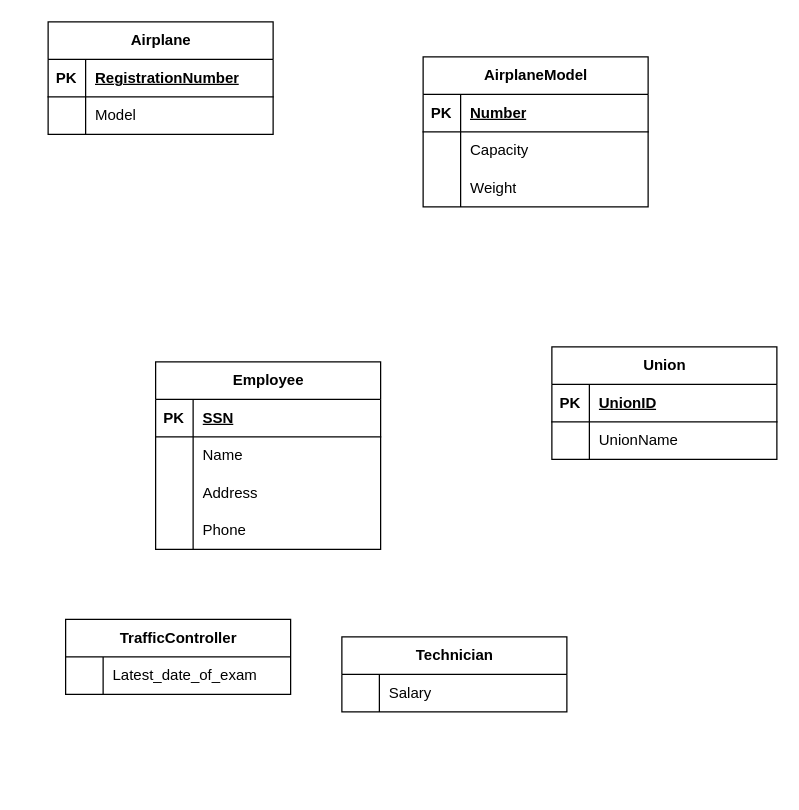
Harshitha73/DBMS keeps this draw.io diagram as page "Page-2" (2 of 3) of practice.drawio. Above is the earlier version. Source tidied: cells renumbered, new cells numbered last; positions are measured from the earlier drawing's top-left corner, leaving out a move shared by most shapes. Both pictures are drawn from the tidied source at 125%, with x=0, y=0 at pixel (48, 21).
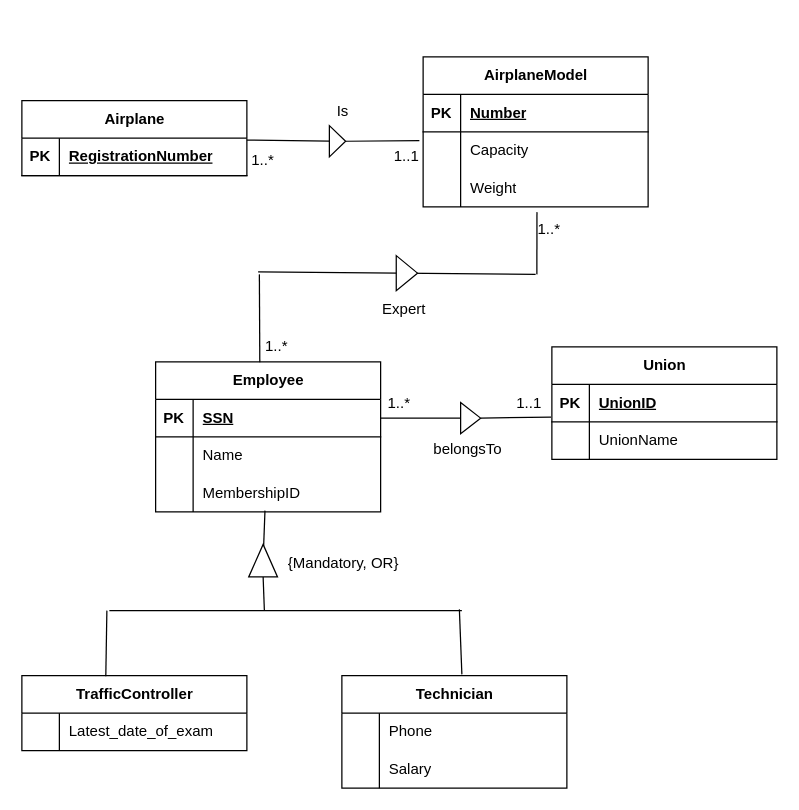
After the change.

Unchanged cells that the change refers to:
```xml
<mxCell id="3" style="shape=tableRow;horizontal=0;startSize=0;swimlaneHead=0;swimlaneBody=0;fillColor=none;points=[[0,0.5],[1,0.5]];portConstraint=eastwest;top=0;left=0;right=0;bottom=1;" parent="2" vertex="1">
  <mxGeometry y="30" width="180" height="30" as="geometry" />
</mxCell>
<mxCell id="16" style="shape=tableRow;horizontal=0;startSize=0;swimlaneHead=0;swimlaneBody=0;fillColor=none;points=[[0,0.5],[1,0.5]];portConstraint=eastwest;top=0;left=0;right=0;bottom=0;" parent="9" vertex="1">
  <mxGeometry y="90" width="180" height="30" as="geometry" />
</mxCell>
<mxCell id="24" style="shape=tableRow;horizontal=0;startSize=0;swimlaneHead=0;swimlaneBody=0;fillColor=none;points=[[0,0.5],[1,0.5]];portConstraint=eastwest;top=0;left=0;right=0;bottom=1;" parent="23" vertex="1">
  <mxGeometry y="30" width="180" height="30" as="geometry" />
</mxCell>
<mxCell id="30" style="shape=tableRow;horizontal=0;startSize=0;swimlaneHead=0;swimlaneBody=0;fillColor=none;points=[[0,0.5],[1,0.5]];portConstraint=eastwest;top=0;left=0;right=0;bottom=0;" parent="23" vertex="1">
  <mxGeometry y="90" width="180" height="30" as="geometry" />
</mxCell>
<mxCell id="44" style="shape=tableRow;horizontal=0;startSize=0;swimlaneHead=0;swimlaneBody=0;fillColor=none;points=[[0,0.5],[1,0.5]];portConstraint=eastwest;top=0;left=0;right=0;bottom=0;" parent="40" vertex="1">
  <mxGeometry y="60" width="180" height="30" as="geometry" />
</mxCell>
```

What changed in the source:
```diff
@@
     <mxCell id="2" value="Airplane" style="shape=table;startSize=30;childLayout=tableLayout;rowLines=0;fontStyle=1;align=center;html=1;" parent="1" vertex="1">
-      <mxGeometry width="180" height="90" as="geometry" />
+      <mxGeometry x="-21" y="63" width="180" height="60" as="geometry" />
     </mxCell>
@@
-    <mxCell id="6" style="shape=tableRow;horizontal=0;startSize=0;swimlaneHead=0;swimlaneBody=0;fillColor=none;top=0;left=0;right=0;bottom=0;" parent="2" vertex="1">
-      <mxGeometry y="60" width="180" height="30" as="geometry" />
-    </mxCell>
-    <mxCell id="7" style="shape=partialRectangle;fillColor=none;top=0;left=0;bottom=0;right=0;overflow=hidden;whiteSpace=wrap;html=1;" parent="6" vertex="1">
-      <mxGeometry width="30" height="30" as="geometry" />
-    </mxCell>
-    <mxCell id="8" value="Model" style="shape=partialRectangle;fillColor=none;top=0;left=0;bottom=0;right=0;align=left;spacingLeft=6;overflow=hidden;whiteSpace=wrap;html=1;" parent="6" vertex="1">
-      <mxGeometry x="30" width="150" height="30" as="geometry" />
-    </mxCell>
@@
     <mxCell id="19" value="Technician" style="shape=table;startSize=30;childLayout=tableLayout;rowLines=0;fontStyle=1;align=center;html=1;" parent="1" vertex="1">
-      <mxGeometry x="235" y="492" width="180" height="60" as="geometry" />
+      <mxGeometry x="235" y="523" width="180" height="90" as="geometry" />
     </mxCell>
+    <mxCell id="47" style="shape=tableRow;horizontal=0;startSize=0;swimlaneHead=0;swimlaneBody=0;fillColor=none;top=0;left=0;right=0;bottom=0;" parent="19" vertex="1">
+      <mxGeometry y="30" width="180" height="30" as="geometry" />
+    </mxCell>
+    <mxCell id="48" style="shape=partialRectangle;fillColor=none;top=0;left=0;bottom=0;right=0;overflow=hidden;whiteSpace=wrap;html=1;" parent="47" vertex="1">
+      <mxGeometry width="30" height="30" as="geometry" />
+    </mxCell>
+    <mxCell id="35" value="Phone" style="shape=partialRectangle;fillColor=none;top=0;left=0;bottom=0;right=0;align=left;spacingLeft=6;overflow=hidden;whiteSpace=wrap;html=1;" parent="47" vertex="1">
+      <mxGeometry x="30" width="150" height="30" as="geometry" />
+    </mxCell>
     <mxCell id="20" style="shape=tableRow;horizontal=0;startSize=0;swimlaneHead=0;swimlaneBody=0;fillColor=none;top=0;left=0;right=0;bottom=0;" parent="19" vertex="1">
-      <mxGeometry y="30" width="180" height="30" as="geometry" />
+      <mxGeometry y="60" width="180" height="30" as="geometry" />
     </mxCell>
@@
     <mxCell id="23" value="Employee" style="shape=table;startSize=30;childLayout=tableLayout;rowLines=0;fontStyle=1;align=center;html=1;" parent="1" vertex="1">
-      <mxGeometry x="86" y="272" width="180" height="150" as="geometry" />
+      <mxGeometry x="86" y="272" width="180" height="120" as="geometry" />
     </mxCell>
@@
-    <mxCell id="31" style="shape=partialRectangle;fillColor=none;top=0;left=0;bottom=0;right=0;overflow=hidden;whiteSpace=wrap;html=1;" parent="30" vertex="1">
-      <mxGeometry width="30" height="30" as="geometry" />
-    </mxCell>
-    <mxCell id="32" value="Address" style="shape=partialRectangle;fillColor=none;top=0;left=0;bottom=0;right=0;align=left;spacingLeft=6;overflow=hidden;whiteSpace=wrap;html=1;" parent="30" vertex="1">
-      <mxGeometry x="30" width="150" height="30" as="geometry" />
-    </mxCell>
-    <mxCell id="33" style="shape=tableRow;horizontal=0;startSize=0;swimlaneHead=0;swimlaneBody=0;fillColor=none;top=0;left=0;right=0;bottom=0;" parent="23" vertex="1">
-      <mxGeometry y="120" width="180" height="30" as="geometry" />
-    </mxCell>
-    <mxCell id="34" style="shape=partialRectangle;fillColor=none;top=0;left=0;bottom=0;right=0;overflow=hidden;whiteSpace=wrap;html=1;" parent="33" vertex="1">
-      <mxGeometry width="30" height="30" as="geometry" />
-    </mxCell>
-    <mxCell id="35" value="Phone" style="shape=partialRectangle;fillColor=none;top=0;left=0;bottom=0;right=0;align=left;spacingLeft=6;overflow=hidden;whiteSpace=wrap;html=1;" parent="33" vertex="1">
-      <mxGeometry x="30" width="150" height="30" as="geometry" />
-    </mxCell>
+    <mxCell id="49" style="shape=partialRectangle;fillColor=none;top=0;left=0;bottom=0;right=0;overflow=hidden;whiteSpace=wrap;html=1;" parent="30" vertex="1">
+      <mxGeometry width="30" height="30" as="geometry" />
+    </mxCell>
+    <mxCell id="50" value="MembershipID" style="shape=partialRectangle;fillColor=none;top=0;left=0;bottom=0;right=0;align=left;spacingLeft=6;overflow=hidden;whiteSpace=wrap;html=1;" parent="30" vertex="1">
+      <mxGeometry x="30" width="150" height="30" as="geometry" />
+    </mxCell>
     <mxCell id="36" value="TrafficController" style="shape=table;startSize=30;childLayout=tableLayout;rowLines=0;fontStyle=1;align=center;html=1;" parent="1" vertex="1">
-      <mxGeometry x="14" y="478" width="180" height="60" as="geometry" />
+      <mxGeometry x="-21" y="523" width="180" height="60" as="geometry" />
     </mxCell>
@@
+    <mxCell id="51" style="endArrow=none;html=1;rounded=0;exitX=1;exitY=0.5;exitDx=0;exitDy=0;" parent="1" edge="1" source="53">
+      <mxGeometry relative="1" as="geometry">
+        <mxPoint x="297" y="95" as="targetPoint" />
+      </mxGeometry>
+    </mxCell>
+    <mxCell id="52" style="endArrow=none;html=1;rounded=0;exitX=1;exitY=0.053;exitDx=0;exitDy=0;exitPerimeter=0;" parent="1" edge="1" source="3" target="53">
+      <mxGeometry relative="1" as="geometry" />
+    </mxCell>
+    <mxCell id="53" style="triangle;whiteSpace=wrap;html=1;" parent="1" vertex="1">
+      <mxGeometry x="225" y="83" width="13" height="25" as="geometry" />
+    </mxCell>
+    <mxCell id="54" value="Is" style="text;html=1;strokeColor=none;fillColor=none;align=center;verticalAlign=middle;whiteSpace=wrap;rounded=0;" parent="1" vertex="1">
+      <mxGeometry x="206" y="57" width="60" height="30" as="geometry" />
+    </mxCell>
+    <mxCell id="55" value="1..1" style="text;html=1;strokeColor=none;fillColor=none;align=center;verticalAlign=middle;whiteSpace=wrap;rounded=0;" parent="1" vertex="1">
+      <mxGeometry x="257" y="93" width="60" height="30" as="geometry" />
+    </mxCell>
+    <mxCell id="56" value="1..*" style="text;html=1;strokeColor=none;fillColor=none;align=center;verticalAlign=middle;whiteSpace=wrap;rounded=0;" parent="1" vertex="1">
+      <mxGeometry x="142" y="96" width="60" height="30" as="geometry" />
+    </mxCell>
+    <mxCell id="57" style="endArrow=none;html=1;rounded=0;exitX=0.506;exitY=1.14;exitDx=0;exitDy=0;exitPerimeter=0;" parent="1" edge="1" source="16">
+      <mxGeometry relative="1" as="geometry">
+        <mxPoint x="391" y="202" as="targetPoint" />
+      </mxGeometry>
+    </mxCell>
+    <mxCell id="58" style="endArrow=none;html=1;rounded=0;" parent="1" edge="1">
+      <mxGeometry relative="1" as="geometry">
+        <mxPoint x="168" y="200" as="sourcePoint" />
+        <mxPoint x="390" y="202" as="targetPoint" />
+      </mxGeometry>
+    </mxCell>
+    <mxCell id="59" style="endArrow=none;html=1;rounded=0;entryX=0.463;entryY=0.002;entryDx=0;entryDy=0;entryPerimeter=0;" parent="1" edge="1" target="23">
+      <mxGeometry relative="1" as="geometry">
+        <mxPoint x="169" y="202" as="sourcePoint" />
+      </mxGeometry>
+    </mxCell>
+    <mxCell id="60" style="triangle;whiteSpace=wrap;html=1;direction=east;" parent="1" vertex="1">
+      <mxGeometry x="278.5" y="187" width="17" height="28" as="geometry" />
+    </mxCell>
+    <mxCell id="61" value="Expert" style="text;html=1;strokeColor=none;fillColor=none;align=center;verticalAlign=middle;whiteSpace=wrap;rounded=0;" parent="1" vertex="1">
+      <mxGeometry x="255" y="215" width="60" height="30" as="geometry" />
+    </mxCell>
+    <mxCell id="62" value="1..*" style="text;html=1;strokeColor=none;fillColor=none;align=center;verticalAlign=middle;whiteSpace=wrap;rounded=0;" parent="1" vertex="1">
+      <mxGeometry x="371" y="151" width="60" height="30" as="geometry" />
+    </mxCell>
+    <mxCell id="63" value="1..*" style="text;html=1;strokeColor=none;fillColor=none;align=center;verticalAlign=middle;whiteSpace=wrap;rounded=0;" parent="1" vertex="1">
+      <mxGeometry x="153" y="245" width="60" height="30" as="geometry" />
+    </mxCell>
+    <mxCell id="64" style="endArrow=none;html=1;rounded=0;exitX=1;exitY=0.5;exitDx=0;exitDy=0;entryX=-0.004;entryY=-0.127;entryDx=0;entryDy=0;entryPerimeter=0;" parent="1" edge="1" source="66" target="44">
+      <mxGeometry relative="1" as="geometry" />
+    </mxCell>
+    <mxCell id="65" style="endArrow=none;html=1;rounded=0;exitX=1;exitY=0.5;exitDx=0;exitDy=0;entryX=0;entryY=0.5;entryDx=0;entryDy=0;" parent="1" edge="1" source="24" target="66">
+      <mxGeometry relative="1" as="geometry" />
+    </mxCell>
+    <mxCell id="66" style="triangle;whiteSpace=wrap;html=1;" parent="1" vertex="1">
+      <mxGeometry x="330" y="304.5" width="16" height="25" as="geometry" />
+    </mxCell>
+    <mxCell id="67" value="belongsTo" style="text;html=1;strokeColor=none;fillColor=none;align=center;verticalAlign=middle;whiteSpace=wrap;rounded=0;" parent="1" vertex="1">
+      <mxGeometry x="306" y="325" width="60" height="34" as="geometry" />
+    </mxCell>
+    <mxCell id="68" value="1..1" style="text;html=1;strokeColor=none;fillColor=none;align=center;verticalAlign=middle;whiteSpace=wrap;rounded=0;" parent="1" vertex="1">
+      <mxGeometry x="355" y="290" width="60" height="30" as="geometry" />
+    </mxCell>
+    <mxCell id="69" value="1..*" style="text;html=1;strokeColor=none;fillColor=none;align=center;verticalAlign=middle;whiteSpace=wrap;rounded=0;" parent="1" vertex="1">
+      <mxGeometry x="251" y="290" width="60" height="30" as="geometry" />
+    </mxCell>
+    <mxCell id="70" style="endArrow=none;html=1;rounded=0;exitX=0;exitY=0.5;exitDx=0;exitDy=0;" parent="1" edge="1" source="75">
+      <mxGeometry relative="1" as="geometry">
+        <mxPoint x="173" y="471" as="targetPoint" />
+      </mxGeometry>
+    </mxCell>
+    <mxCell id="71" style="endArrow=none;html=1;rounded=0;" parent="1" edge="1">
+      <mxGeometry relative="1" as="geometry">
+        <mxPoint x="49" y="471" as="sourcePoint" />
+        <mxPoint x="331" y="471" as="targetPoint" />
+      </mxGeometry>
+    </mxCell>
+    <mxCell id="72" style="endArrow=none;html=1;rounded=0;entryX=0.373;entryY=0.007;entryDx=0;entryDy=0;entryPerimeter=0;" parent="1" edge="1" target="36">
+      <mxGeometry relative="1" as="geometry">
+        <mxPoint x="47" y="471" as="sourcePoint" />
+      </mxGeometry>
+    </mxCell>
+    <mxCell id="73" style="endArrow=none;html=1;rounded=0;" parent="1" edge="1">
+      <mxGeometry relative="1" as="geometry">
+        <mxPoint x="329" y="470" as="sourcePoint" />
+        <mxPoint x="331" y="522" as="targetPoint" />
+      </mxGeometry>
+    </mxCell>
+    <mxCell id="74" style="endArrow=none;html=1;rounded=0;exitX=0.486;exitY=0.967;exitDx=0;exitDy=0;exitPerimeter=0;" parent="1" edge="1" source="30" target="75">
+      <mxGeometry relative="1" as="geometry" />
+    </mxCell>
+    <mxCell id="75" style="triangle;whiteSpace=wrap;html=1;direction=north;" parent="1" vertex="1">
+      <mxGeometry x="160.5" y="418" width="23" height="26" as="geometry" />
+    </mxCell>
+    <mxCell id="76" value="{Mandatory, OR}" style="text;html=1;strokeColor=none;fillColor=none;align=center;verticalAlign=middle;whiteSpace=wrap;rounded=0;" parent="1" vertex="1">
+      <mxGeometry x="183.5" y="418" width="104.5" height="30" as="geometry" />
+    </mxCell>
```
